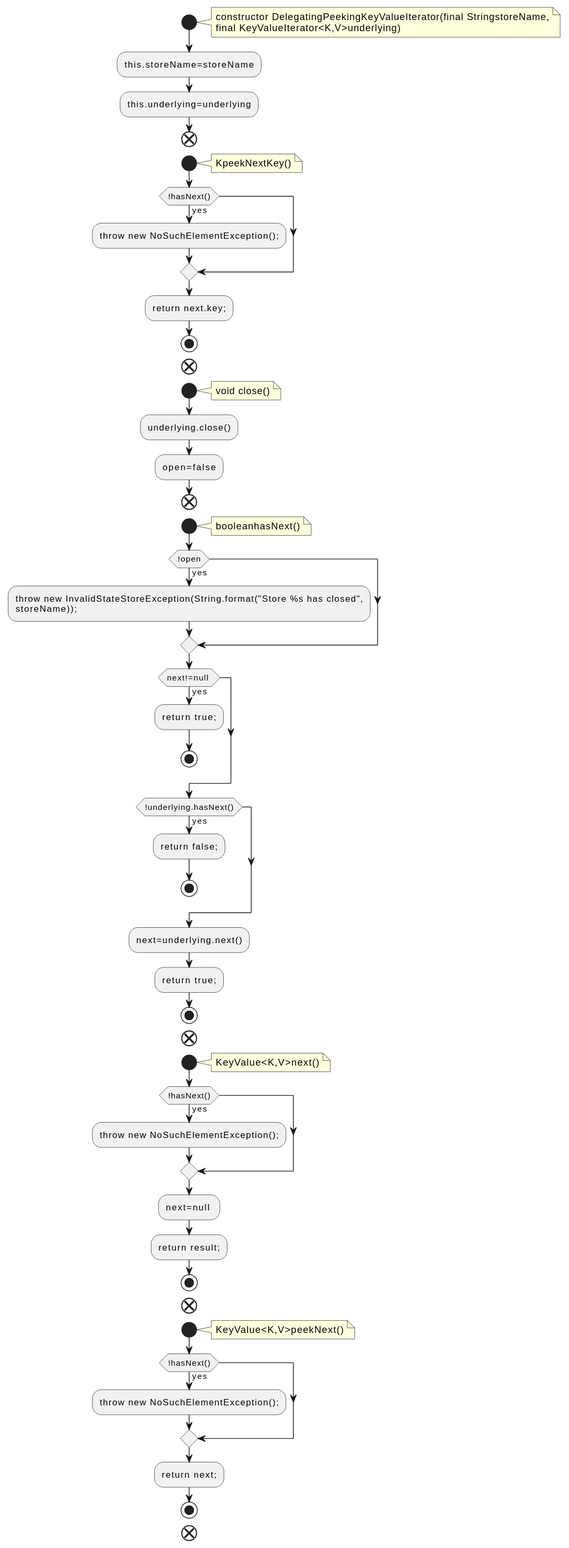
The PlantUML diagram docs/qc/streams/src/main/java/org/apache/kafka/streams/state/internals/DelegatingPeekingKeyValueIterator.java.fct.svg in qualitesys/kafka, before a commit.
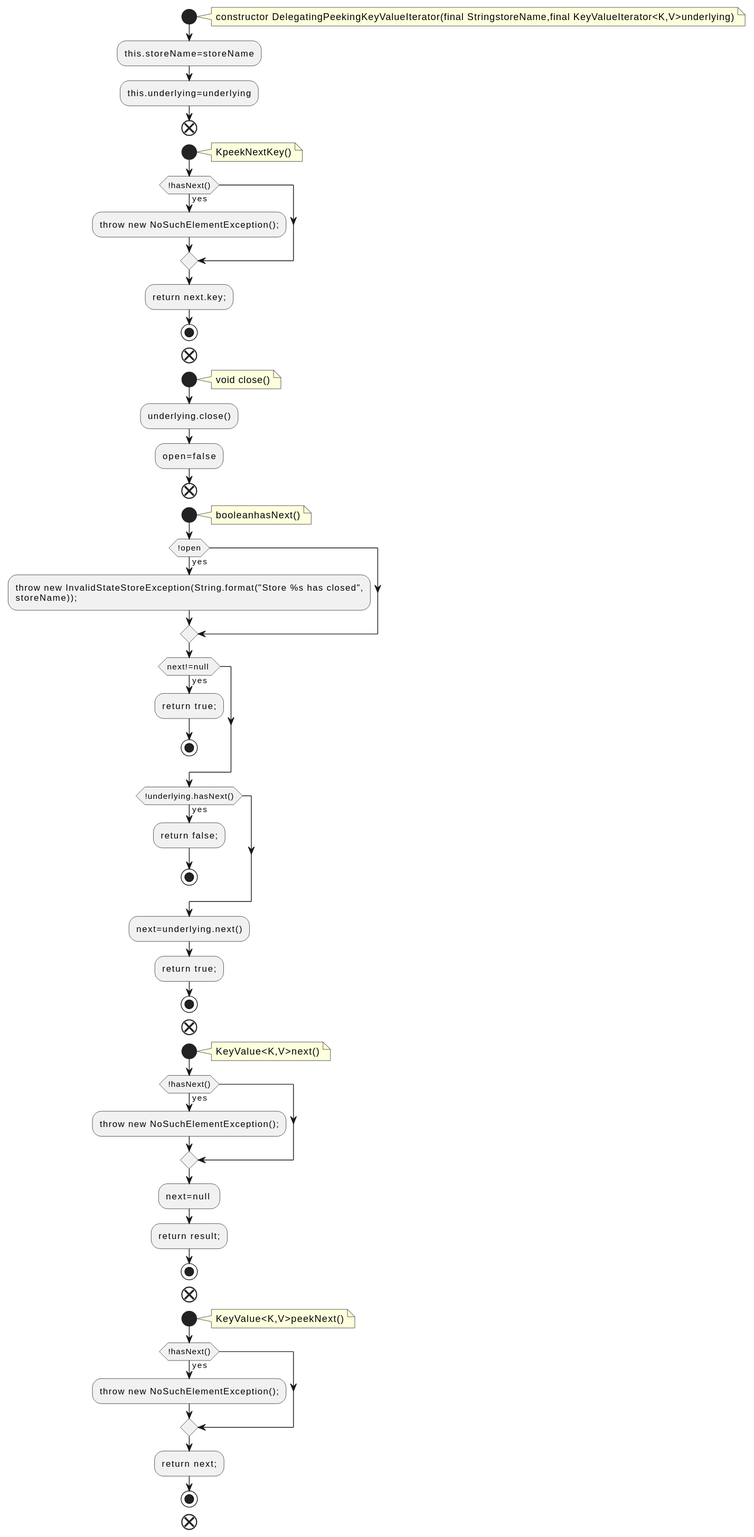
Above is the later version.

Diff of the diagram source:
```diff
@@ -2,8 +2,7 @@
 !pragma layout smetana
 start
 note right
-constructor DelegatingPeekingKeyValueIterator(final StringstoreName,
-final KeyValueIterator<K,V>underlying)
+constructor DelegatingPeekingKeyValueIterator(final StringstoreName,final KeyValueIterator<K,V>underlying)
 end note
 :this.storeName=storeName;
 :this.underlying=underlying;
```
